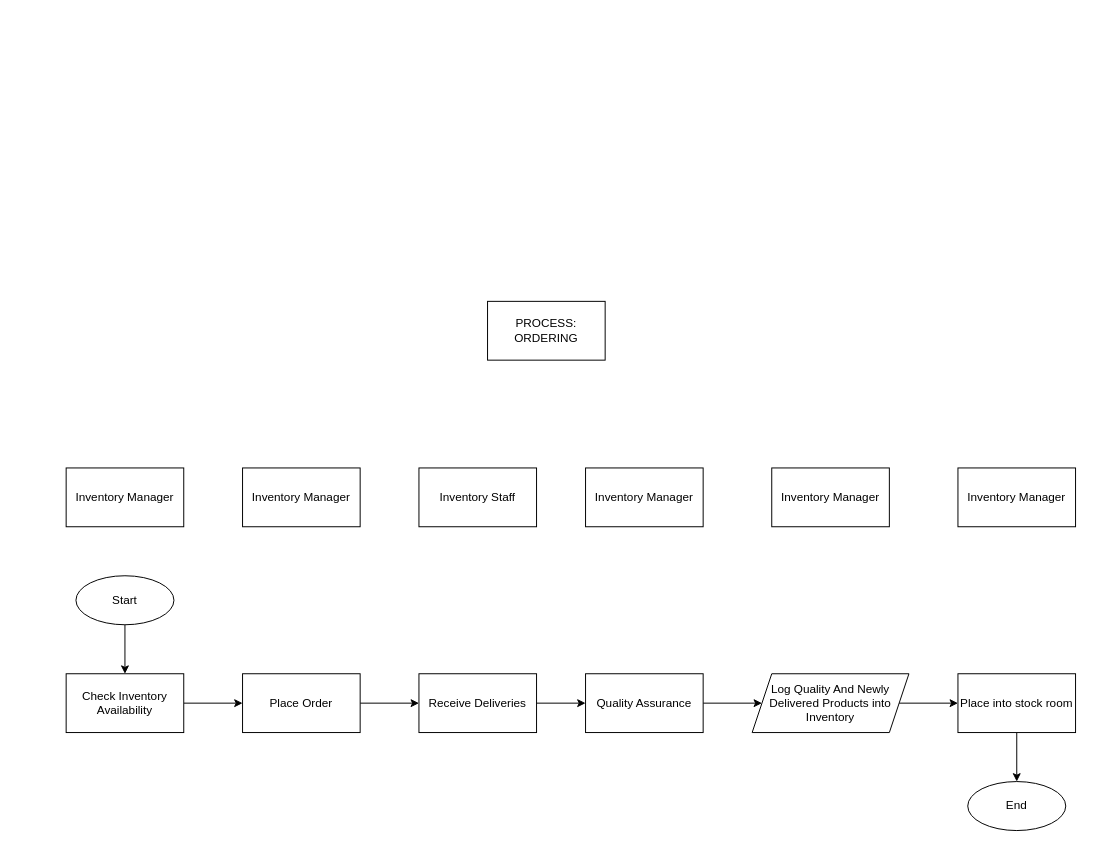
Above: page "(Process) Proposed Ordering and Receiving" (4 of 6) of docs/SugarCreationsFC.drawio in AllegoYuanPaolo/SC-Inventory-Project (draw.io), before the change. Source tidied: cells renumbered, new cells numbered last; positions are measured from the earlier drawing's top-left corner, leaving out a move shared by most shapes. Both pictures are drawn from the tidied source at 98%, with x=0, y=0 at pixel (66, 301).
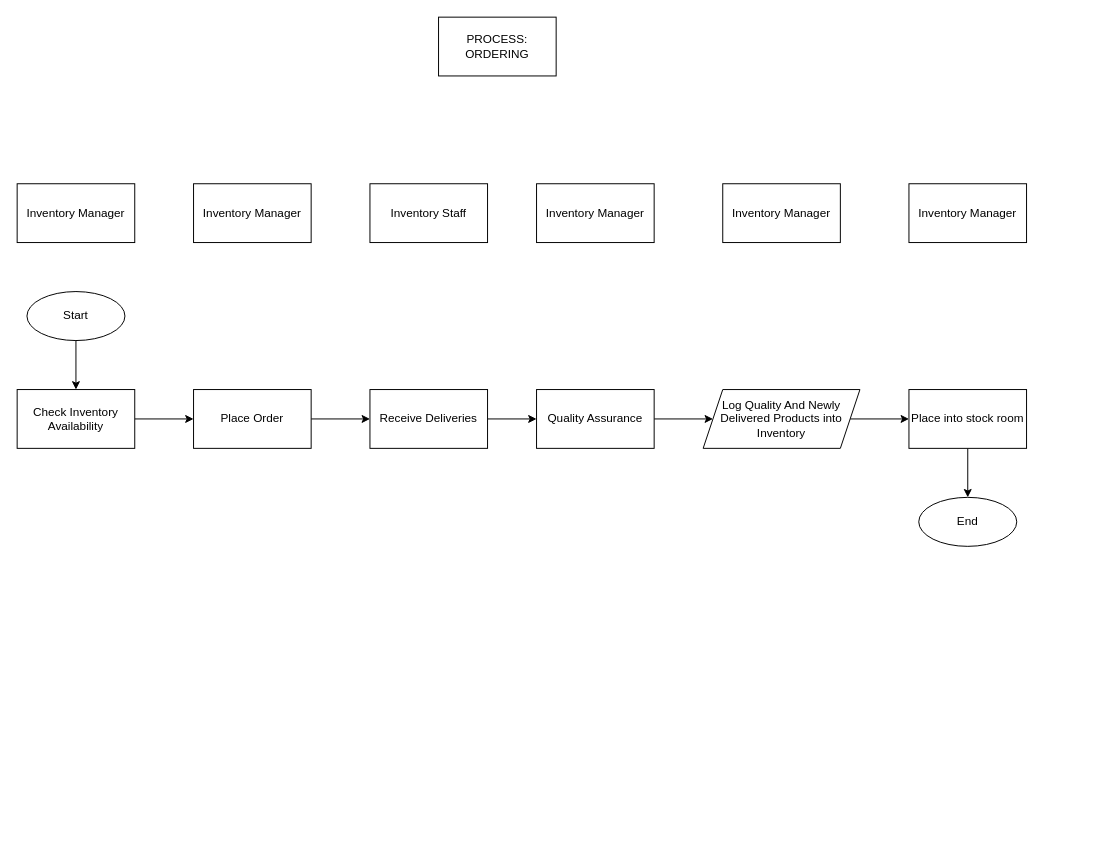
After the change.

What changed in the source:
```diff
@@
+    <mxCell id="24" style="group;" parent="1" vertex="1">
+      <mxGeometry x="-50" y="-290" width="1030" height="540" as="geometry" />
+    </mxCell>
-    <mxCell id="2" style="edgeStyle=orthogonalEdgeStyle;rounded=0;jettySize=auto;html=1;exitX=1;exitY=0.5;exitDx=0;exitDy=0;entryX=0;entryY=0.5;entryDx=0;entryDy=0;" parent="1" edge="1" source="3" target="5">
+    <mxCell id="2" style="edgeStyle=orthogonalEdgeStyle;rounded=0;jettySize=auto;html=1;exitX=1;exitY=0.5;exitDx=0;exitDy=0;entryX=0;entryY=0.5;entryDx=0;entryDy=0;" parent="24" edge="1" source="3" target="5">
       <mxGeometry relative="1" as="geometry" />
     </mxCell>
-    <mxCell id="3" value="Check Inventory Availability" style="rounded=0;whiteSpace=wrap;html=1;" parent="1" vertex="1">
+    <mxCell id="3" value="Check Inventory Availability" style="rounded=0;whiteSpace=wrap;html=1;" parent="24" vertex="1">
       <mxGeometry y="380" width="120" height="60" as="geometry" />
     </mxCell>
-    <mxCell id="4" style="edgeStyle=orthogonalEdgeStyle;rounded=0;jettySize=auto;html=1;exitX=1;exitY=0.5;exitDx=0;exitDy=0;entryX=0;entryY=0.5;entryDx=0;entryDy=0;" parent="1" edge="1" source="5" target="7">
+    <mxCell id="4" style="edgeStyle=orthogonalEdgeStyle;rounded=0;jettySize=auto;html=1;exitX=1;exitY=0.5;exitDx=0;exitDy=0;entryX=0;entryY=0.5;entryDx=0;entryDy=0;" parent="24" edge="1" source="5" target="7">
       <mxGeometry relative="1" as="geometry" />
     </mxCell>
-    <mxCell id="5" value="Place Order" style="rounded=0;whiteSpace=wrap;html=1;" parent="1" vertex="1">
+    <mxCell id="5" value="Place Order" style="rounded=0;whiteSpace=wrap;html=1;" parent="24" vertex="1">
       <mxGeometry x="180" y="380" width="120" height="60" as="geometry" />
     </mxCell>
-    <mxCell id="6" style="edgeStyle=orthogonalEdgeStyle;rounded=0;jettySize=auto;html=1;exitX=1;exitY=0.5;exitDx=0;exitDy=0;entryX=0;entryY=0.5;entryDx=0;entryDy=0;" parent="1" edge="1" source="7" target="9">
+    <mxCell id="6" style="edgeStyle=orthogonalEdgeStyle;rounded=0;jettySize=auto;html=1;exitX=1;exitY=0.5;exitDx=0;exitDy=0;entryX=0;entryY=0.5;entryDx=0;entryDy=0;" parent="24" edge="1" source="7" target="9">
       <mxGeometry relative="1" as="geometry" />
     </mxCell>
-    <mxCell id="7" value="Receive Deliveries" style="rounded=0;whiteSpace=wrap;html=1;" parent="1" vertex="1">
+    <mxCell id="7" value="Receive Deliveries" style="rounded=0;whiteSpace=wrap;html=1;" parent="24" vertex="1">
       <mxGeometry x="360" y="380" width="120" height="60" as="geometry" />
     </mxCell>
-    <mxCell id="8" style="edgeStyle=orthogonalEdgeStyle;rounded=0;jettySize=auto;html=1;exitX=1;exitY=0.5;exitDx=0;exitDy=0;entryX=0;entryY=0.5;entryDx=0;entryDy=0;" parent="1" edge="1" source="9" target="11">
+    <mxCell id="8" style="edgeStyle=orthogonalEdgeStyle;rounded=0;jettySize=auto;html=1;exitX=1;exitY=0.5;exitDx=0;exitDy=0;entryX=0;entryY=0.5;entryDx=0;entryDy=0;" parent="24" edge="1" source="9" target="11">
       <mxGeometry relative="1" as="geometry" />
     </mxCell>
-    <mxCell id="9" value="Quality Assurance" style="rounded=0;whiteSpace=wrap;html=1;" parent="1" vertex="1">
+    <mxCell id="9" value="Quality Assurance" style="rounded=0;whiteSpace=wrap;html=1;" parent="24" vertex="1">
       <mxGeometry x="530" y="380" width="120" height="60" as="geometry" />
     </mxCell>
-    <mxCell id="10" style="edgeStyle=orthogonalEdgeStyle;rounded=0;jettySize=auto;html=1;exitX=1;exitY=0.5;exitDx=0;exitDy=0;" parent="1" edge="1" source="11" target="13">
+    <mxCell id="10" style="edgeStyle=orthogonalEdgeStyle;rounded=0;jettySize=auto;html=1;exitX=1;exitY=0.5;exitDx=0;exitDy=0;" parent="24" edge="1" source="11" target="13">
       <mxGeometry relative="1" as="geometry" />
     </mxCell>
-    <mxCell id="11" value="Log Quality And Newly Delivered Products into Inventory" style="shape=parallelogram;perimeter=parallelogramPerimeter;whiteSpace=wrap;html=1;fixedSize=1;" parent="1" vertex="1">
+    <mxCell id="11" value="Log Quality And Newly Delivered Products into Inventory" style="shape=parallelogram;perimeter=parallelogramPerimeter;whiteSpace=wrap;html=1;fixedSize=1;" parent="24" vertex="1">
       <mxGeometry x="700" y="380" width="160" height="60" as="geometry" />
     </mxCell>
-    <mxCell id="12" style="edgeStyle=orthogonalEdgeStyle;rounded=0;jettySize=auto;html=1;" parent="1" edge="1" source="13" target="14">
+    <mxCell id="12" style="edgeStyle=orthogonalEdgeStyle;rounded=0;jettySize=auto;html=1;" parent="24" edge="1" source="13" target="14">
       <mxGeometry relative="1" as="geometry" />
     </mxCell>
-    <mxCell id="13" value="Place into stock room" style="rounded=0;whiteSpace=wrap;html=1;" parent="1" vertex="1">
+    <mxCell id="13" value="Place into stock room" style="rounded=0;whiteSpace=wrap;html=1;" parent="24" vertex="1">
       <mxGeometry x="910" y="380" width="120" height="60" as="geometry" />
     </mxCell>
-    <mxCell id="14" value="End" style="ellipse;whiteSpace=wrap;html=1;" parent="1" vertex="1">
+    <mxCell id="14" value="End" style="ellipse;whiteSpace=wrap;html=1;" parent="24" vertex="1">
       <mxGeometry x="920" y="490" width="100" height="50" as="geometry" />
     </mxCell>
-    <mxCell id="15" style="edgeStyle=orthogonalEdgeStyle;rounded=0;jettySize=auto;html=1;" parent="1" edge="1" source="16" target="3">
+    <mxCell id="15" style="edgeStyle=orthogonalEdgeStyle;rounded=0;jettySize=auto;html=1;" parent="24" edge="1" source="16" target="3">
       <mxGeometry relative="1" as="geometry" />
     </mxCell>
-    <mxCell id="16" value="Start" style="ellipse;whiteSpace=wrap;html=1;" parent="1" vertex="1">
+    <mxCell id="16" value="Start" style="ellipse;whiteSpace=wrap;html=1;" parent="24" vertex="1">
       <mxGeometry x="10" y="280" width="100" height="50" as="geometry" />
     </mxCell>
-    <mxCell id="17" value="Inventory Manager" style="rounded=0;whiteSpace=wrap;html=1;" parent="1" vertex="1">
+    <mxCell id="17" value="Inventory Manager" style="rounded=0;whiteSpace=wrap;html=1;" parent="24" vertex="1">
       <mxGeometry y="170" width="120" height="60" as="geometry" />
     </mxCell>
-    <mxCell id="18" value="Inventory Manager" style="rounded=0;whiteSpace=wrap;html=1;" parent="1" vertex="1">
+    <mxCell id="18" value="Inventory Manager" style="rounded=0;whiteSpace=wrap;html=1;" parent="24" vertex="1">
       <mxGeometry x="180" y="170" width="120" height="60" as="geometry" />
     </mxCell>
-    <mxCell id="19" value="Inventory Staff" style="rounded=0;whiteSpace=wrap;html=1;" parent="1" vertex="1">
+    <mxCell id="19" value="Inventory Staff" style="rounded=0;whiteSpace=wrap;html=1;" parent="24" vertex="1">
       <mxGeometry x="360" y="170" width="120" height="60" as="geometry" />
     </mxCell>
-    <mxCell id="20" value="Inventory Manager" style="rounded=0;whiteSpace=wrap;html=1;" parent="1" vertex="1">
+    <mxCell id="20" value="Inventory Manager" style="rounded=0;whiteSpace=wrap;html=1;" parent="24" vertex="1">
       <mxGeometry x="530" y="170" width="120" height="60" as="geometry" />
     </mxCell>
-    <mxCell id="21" value="Inventory Manager" style="rounded=0;whiteSpace=wrap;html=1;" parent="1" vertex="1">
+    <mxCell id="21" value="Inventory Manager" style="rounded=0;whiteSpace=wrap;html=1;" parent="24" vertex="1">
       <mxGeometry x="720" y="170" width="120" height="60" as="geometry" />
     </mxCell>
-    <mxCell id="22" value="Inventory Manager" style="rounded=0;whiteSpace=wrap;html=1;" parent="1" vertex="1">
+    <mxCell id="22" value="Inventory Manager" style="rounded=0;whiteSpace=wrap;html=1;" parent="24" vertex="1">
       <mxGeometry x="910" y="170" width="120" height="60" as="geometry" />
     </mxCell>
-    <mxCell id="23" value="PROCESS: ORDERING" style="rounded=0;whiteSpace=wrap;html=1;" parent="1" vertex="1">
+    <mxCell id="23" value="PROCESS: ORDERING" style="rounded=0;whiteSpace=wrap;html=1;" parent="24" vertex="1">
       <mxGeometry x="430" width="120" height="60" as="geometry" />
     </mxCell>
```
